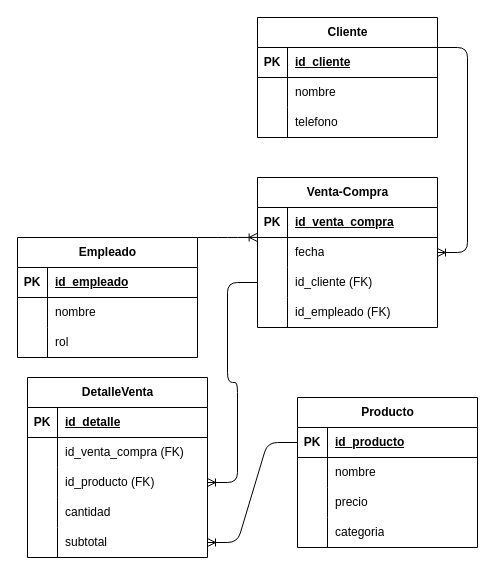
lorent777/BD keeps this draw.io diagram as MER.dio. Above is the earlier version. Source tidied: cells renumbered, new cells numbered last; positions are measured from the earlier drawing's top-left corner, leaving out a move shared by most shapes. Both pictures are drawn from the tidied source at 100%, with x=0, y=0 at pixel (17, 17).
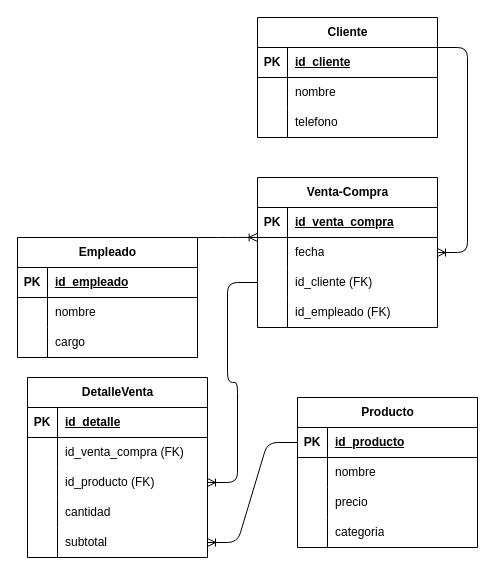
The same page after the edit.

The change refers to these unchanged cells:
```xml
<mxCell id="45" style="shape=tableRow;horizontal=0;startSize=0;swimlaneHead=0;swimlaneBody=0;fillColor=none;top=0;left=0;right=0;bottom=0;" parent="38" vertex="1">
  <mxGeometry y="90" width="180" height="30" as="geometry" />
</mxCell>
```

Change to the diagram source:
```diff
@@
-    <mxCell id="47" value="rol" style="shape=partialRectangle;fillColor=none;top=0;left=0;bottom=0;right=0;align=left;spacingLeft=6;overflow=hidden;whiteSpace=wrap;html=1;" parent="45" vertex="1">
+    <mxCell id="47" value="cargo" style="shape=partialRectangle;fillColor=none;top=0;left=0;bottom=0;right=0;align=left;spacingLeft=6;overflow=hidden;whiteSpace=wrap;html=1;" parent="45" vertex="1">
       <mxGeometry x="30" width="150" height="30" as="geometry" />
     </mxCell>
```
